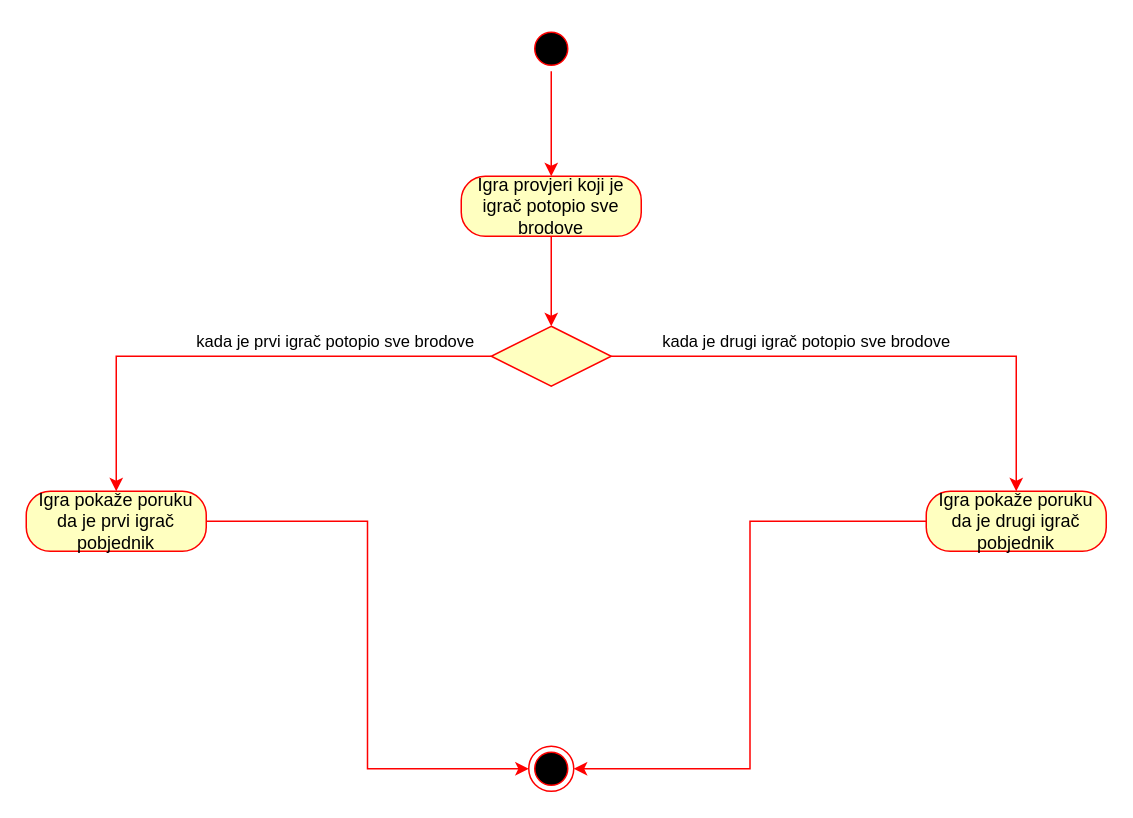
LukaFarkas99/Battleship keeps this draw.io diagram as page "Activity: Proglašenje pobjednika" (6 of 10) of Dijagram.drawio. Above is the earlier version. Source tidied: cells renumbered, new cells numbered last; positions are measured from the earlier drawing's top-left corner, leaving out a move shared by most shapes. Both pictures are drawn from the tidied source at 150%, with x=0, y=0 at pixel (26, 26).
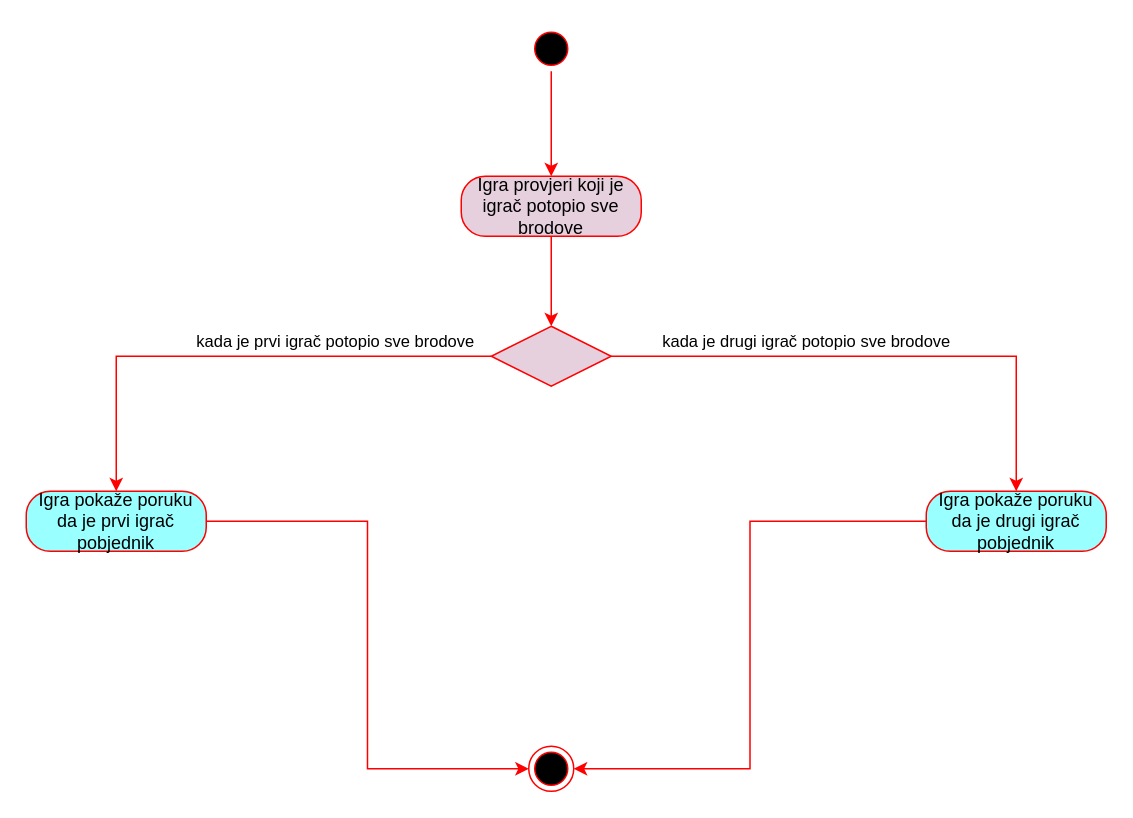
The same diagram, later.

Change to the diagram source:
```diff
@@
 <mxGraphModel>
   <root>
     <mxCell id="0" />
     <mxCell id="1" parent="0" />
     <mxCell id="2" style="edgeStyle=orthogonalEdgeStyle;rounded=0;jettySize=auto;html=1;entryX=0.5;entryY=0;entryDx=0;entryDy=0;strokeColor=#FF0000;" parent="1" edge="1" source="3" target="6">
       <mxGeometry relative="1" as="geometry" />
     </mxCell>
-    <mxCell id="3" value="Igra provjeri koji je igrač potopio sve brodove" style="rounded=1;whiteSpace=wrap;html=1;arcSize=40;fontColor=#000000;fillColor=#ffffc0;strokeColor=#ff0000;" parent="1" vertex="1">
+    <mxCell id="3" value="Igra provjeri koji je igrač potopio sve brodove" style="rounded=1;whiteSpace=wrap;html=1;arcSize=40;fontColor=#000000;strokeColor=#ff0000;fillColor=#E6D0DE;" parent="1" vertex="1">
       <mxGeometry x="290" y="100" width="120" height="40" as="geometry" />
     </mxCell>
     <mxCell id="4" value="kada je prvi igrač potopio sve brodove" style="edgeStyle=orthogonalEdgeStyle;rounded=0;jettySize=auto;html=1;strokeColor=#FF0000;" parent="1" edge="1" source="6" target="12">
       <mxGeometry x="-0.39" y="-10" relative="1" as="geometry" />
     </mxCell>
     <mxCell id="5" value="kada je drugi igrač potopio sve brodove" style="edgeStyle=orthogonalEdgeStyle;rounded=0;jettySize=auto;html=1;strokeColor=#FF0000;entryX=0.5;entryY=0;entryDx=0;entryDy=0;" parent="1" edge="1" source="6" target="8">
       <mxGeometry x="-0.28" y="10" relative="1" as="geometry" />
     </mxCell>
-    <mxCell id="6" style="rhombus;whiteSpace=wrap;html=1;fillColor=#ffffc0;strokeColor=#ff0000;" parent="1" vertex="1">
+    <mxCell id="6" style="rhombus;whiteSpace=wrap;html=1;strokeColor=#ff0000;fillColor=#E6D0DE;" parent="1" vertex="1">
       <mxGeometry x="310" y="200" width="80" height="40" as="geometry" />
     </mxCell>
     <mxCell id="7" style="edgeStyle=orthogonalEdgeStyle;rounded=0;jettySize=auto;html=1;entryX=1;entryY=0.5;entryDx=0;entryDy=0;strokeColor=#FF0000;" parent="1" edge="1" source="8" target="13">
       <mxGeometry relative="1" as="geometry" />
     </mxCell>
-    <mxCell id="8" value="Igra pokaže poruku da je drugi igrač pobjednik" style="rounded=1;whiteSpace=wrap;html=1;arcSize=40;fontColor=#000000;fillColor=#ffffc0;strokeColor=#ff0000;" parent="1" vertex="1">
+    <mxCell id="8" value="Igra pokaže poruku da je drugi igrač pobjednik" style="rounded=1;whiteSpace=wrap;html=1;arcSize=40;fontColor=#000000;strokeColor=#ff0000;fillColor=#99FFFF;" parent="1" vertex="1">
       <mxGeometry x="600" y="310" width="120" height="40" as="geometry" />
     </mxCell>
     <mxCell id="9" style="edgeStyle=orthogonalEdgeStyle;rounded=0;jettySize=auto;html=1;exitX=0.5;exitY=1;exitDx=0;exitDy=0;entryX=0.5;entryY=0;entryDx=0;entryDy=0;strokeColor=#FF0000;" parent="1" edge="1" source="10" target="3">
       <mxGeometry relative="1" as="geometry" />
     </mxCell>
     <mxCell id="10" style="ellipse;html=1;shape=startState;fillColor=#000000;strokeColor=#ff0000;" parent="1" vertex="1">
       <mxGeometry x="335" width="30" height="30" as="geometry" />
     </mxCell>
     <mxCell id="11" style="edgeStyle=orthogonalEdgeStyle;rounded=0;jettySize=auto;html=1;entryX=0;entryY=0.5;entryDx=0;entryDy=0;strokeColor=#FF0000;" parent="1" edge="1" source="12" target="13">
       <mxGeometry relative="1" as="geometry" />
     </mxCell>
-    <mxCell id="12" value="Igra pokaže poruku da je prvi igrač pobjednik" style="rounded=1;whiteSpace=wrap;html=1;arcSize=40;fontColor=#000000;fillColor=#ffffc0;strokeColor=#ff0000;" parent="1" vertex="1">
+    <mxCell id="12" value="Igra pokaže poruku da je prvi igrač pobjednik" style="rounded=1;whiteSpace=wrap;html=1;arcSize=40;fontColor=#000000;strokeColor=#ff0000;fillColor=#99FFFF;" parent="1" vertex="1">
       <mxGeometry y="310" width="120" height="40" as="geometry" />
     </mxCell>
     <mxCell id="13" style="ellipse;html=1;shape=endState;fillColor=#000000;strokeColor=#ff0000;" parent="1" vertex="1">
       <mxGeometry x="335" y="480" width="30" height="30" as="geometry" />
     </mxCell>
   </root>
 </mxGraphModel>
```
